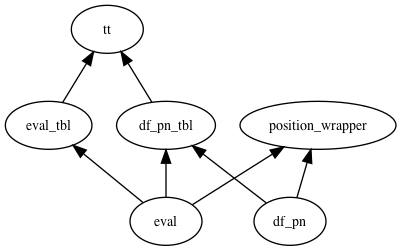
This is mate_solver/ARCHITECTURE.png from rust-shogi-crates/shogi_mate_solver, a Graphviz export, as it was before one commit. Its source is kept beside it as mate_solver/ARCHITECTURE.dot. The source it was exported from:
```dot
digraph dependency {
    graph [
        rankdir = BT;
    ]
    df_pn_tbl -> tt;
    eval_tbl -> tt;
    df_pn -> position_wrapper;
    df_pn -> df_pn_tbl;
    eval -> position_wrapper;
    eval -> df_pn_tbl;
    eval -> eval_tbl;
}
```
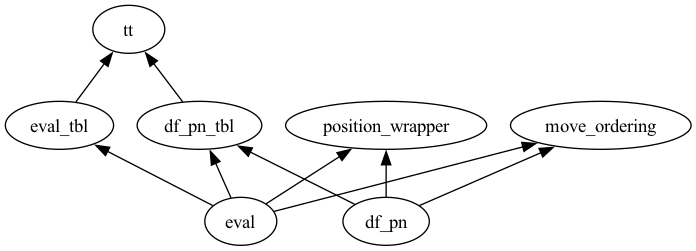
After the change.

Commit message:
Add move-ordering abstraction (#18)

Change to the diagram source:
```diff
@@ -6,7 +6,9 @@
     eval_tbl -> tt;
     df_pn -> position_wrapper;
     df_pn -> df_pn_tbl;
+    df_pn -> move_ordering;
     eval -> position_wrapper;
     eval -> df_pn_tbl;
     eval -> eval_tbl;
+    eval -> move_ordering;
 }
```
